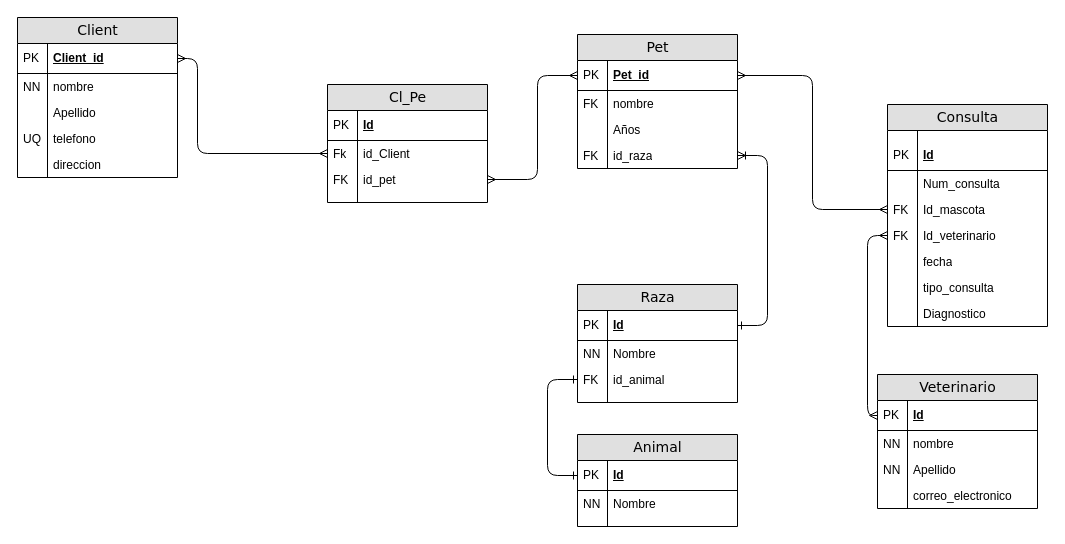
This is Diagrama sin título.drawio from Andres-Nicolas/Diagramas, a draw.io file, before an edit. Source tidied: cells renumbered, new cells numbered last; positions are measured from the earlier drawing's top-left corner, leaving out a move shared by most shapes. Both pictures are drawn from the tidied source at 100%, with x=0, y=0 at pixel (17, 17).
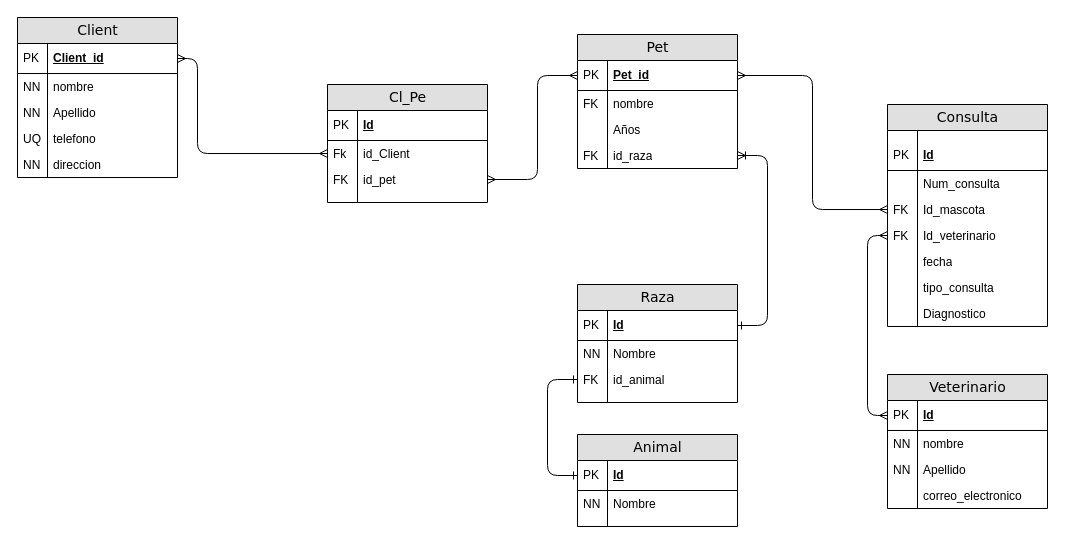
The same page after the edit.

Unchanged cells that the change refers to:
```xml
<mxCell id="3" value="Id" style="shape=partialRectangle;top=0;left=0;right=0;bottom=1;html=1;align=left;verticalAlign=middle;fillColor=none;spacingLeft=34;spacingRight=4;whiteSpace=wrap;overflow=hidden;points=[[0,0.5],[1,0.5]];portConstraint=eastwest;fontStyle=5;" parent="2" vertex="1">
  <mxGeometry y="26" width="160" height="30" as="geometry" />
</mxCell>
<mxCell id="30" value="Apellido" style="shape=partialRectangle;top=0;left=0;right=0;bottom=0;html=1;align=left;verticalAlign=top;fillColor=none;spacingLeft=34;spacingRight=4;whiteSpace=wrap;overflow=hidden;" parent="25" vertex="1">
  <mxGeometry y="82" width="160" height="26" as="geometry" />
</mxCell>
<mxCell id="34" value="direccion" style="shape=partialRectangle;top=0;left=0;right=0;bottom=0;html=1;align=left;verticalAlign=top;fillColor=none;spacingLeft=34;spacingRight=4;whiteSpace=wrap;overflow=hidden;" parent="25" vertex="1">
  <mxGeometry y="134" width="160" height="26" as="geometry" />
</mxCell>
<mxCell id="46" value="Id_veterinario" style="shape=partialRectangle;top=0;left=0;right=0;bottom=0;html=1;align=left;verticalAlign=top;fillColor=none;spacingLeft=34;spacingRight=4;whiteSpace=wrap;overflow=hidden;points=[[0,0.5],[1,0.5]];portConstraint=eastwest;" parent="37" vertex="1">
  <mxGeometry y="118" width="160" height="26" as="geometry" />
</mxCell>
```

Change to the diagram source:
```diff
@@
     <mxCell id="2" value="Veterinario" style="swimlane;html=1;fontStyle=0;horizontal=1;startSize=26;fillColor=#e0e0e0;swimlaneFillColor=#ffffff;align=center;rounded=0;shadow=0;comic=0;labelBackgroundColor=none;strokeWidth=1;fontFamily=Verdana;fontSize=14;" parent="1" vertex="1">
-      <mxGeometry x="860" y="357" width="160" height="134" as="geometry" />
+      <mxGeometry x="870" y="357" width="160" height="134" as="geometry" />
     </mxCell>
@@
     <mxCell id="24" style="edgeStyle=orthogonalEdgeStyle;html=1;endArrow=ERmany;startArrow=ERmany;labelBackgroundColor=none;fontFamily=Verdana;fontSize=14;entryX=0;entryY=0.5;entryDx=0;entryDy=0;exitX=0;exitY=0.5;exitDx=0;exitDy=0;startFill=0;endFill=0;" parent="1" edge="1" source="46" target="3">
-      <mxGeometry relative="1" as="geometry" />
+      <mxGeometry relative="1" as="geometry">
+        <Array as="points">
+          <mxPoint x="850" y="218" />
+          <mxPoint x="850" y="398" />
+        </Array>
+      </mxGeometry>
     </mxCell>
@@
-    <mxCell id="31" style="shape=partialRectangle;top=0;left=0;bottom=0;html=1;fillColor=none;align=left;verticalAlign=top;spacingLeft=4;spacingRight=4;whiteSpace=wrap;overflow=hidden;" parent="30" vertex="1">
+    <mxCell id="31" value="NN" style="shape=partialRectangle;top=0;left=0;bottom=0;html=1;fillColor=none;align=left;verticalAlign=top;spacingLeft=4;spacingRight=4;whiteSpace=wrap;overflow=hidden;" parent="30" vertex="1">
       <mxGeometry width="30" height="26" as="geometry" />
     </mxCell>
@@
-    <mxCell id="35" style="shape=partialRectangle;top=0;left=0;bottom=0;html=1;fillColor=none;align=left;verticalAlign=top;spacingLeft=4;spacingRight=4;whiteSpace=wrap;overflow=hidden;" parent="34" vertex="1">
+    <mxCell id="35" value="NN" style="shape=partialRectangle;top=0;left=0;bottom=0;html=1;fillColor=none;align=left;verticalAlign=top;spacingLeft=4;spacingRight=4;whiteSpace=wrap;overflow=hidden;" parent="34" vertex="1">
       <mxGeometry width="30" height="26" as="geometry" />
     </mxCell>
```
